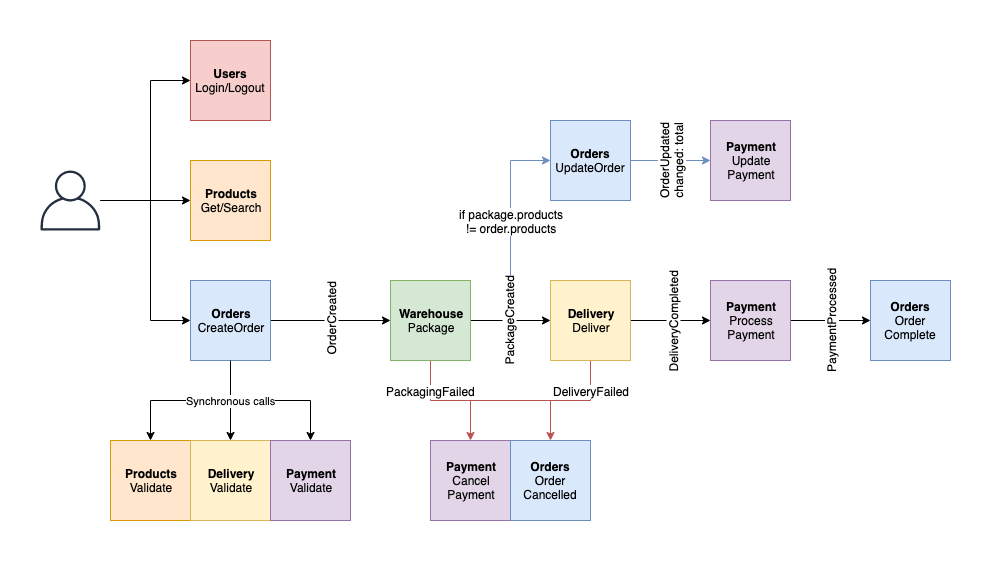
Before: docs/images/flow.png, a diagram exported from draw.io (aws-samples/aws-serverless-ecommerce-platform). Source tidied: cells renumbered, new cells last; positions are measured from the earlier drawing's top-left corner, leaving out a move shared by most shapes.
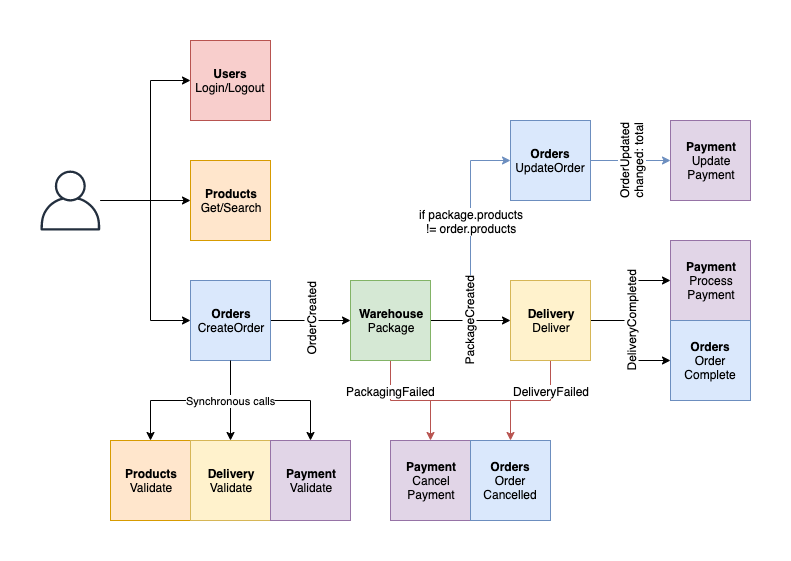
The same diagram one commit later.

Commit message:
docs: update flow diagram

What changed in the source:
```diff
@@ -2,151 +2,148 @@
   <root>
     <mxCell id="0" />
     <mxCell id="1" parent="0" />
-    <mxCell id="2" style="edgeStyle=orthogonalEdgeStyle;rounded=0;jettySize=auto;html=1;entryX=0;entryY=0.5;entryDx=0;entryDy=0;startArrow=none;startFill=0;strokeWidth=1;fillColor=#dae8fc;strokeColor=#6c8ebf;" parent="1" edge="1" source="20" target="36">
+    <mxCell id="2" style="edgeStyle=orthogonalEdgeStyle;rounded=0;jettySize=auto;html=1;entryX=0;entryY=0.5;entryDx=0;entryDy=0;" parent="1" edge="1" source="26" target="30">
       <mxGeometry relative="1" as="geometry" />
     </mxCell>
-    <mxCell id="3" value="if package.products&lt;br&gt;!= order.products" style="text;html=1;align=center;verticalAlign=middle;labelBackgroundColor=#ffffff;" parent="2" vertex="1">
-      <mxGeometry x="0.19" y="1" relative="1" as="geometry">
-        <mxPoint x="1" y="3" as="offset" />
-      </mxGeometry>
+    <mxCell id="3" style="edgeStyle=orthogonalEdgeStyle;rounded=0;jettySize=auto;html=1;entryX=0;entryY=0.5;entryDx=0;entryDy=0;startArrow=none;startFill=0;strokeWidth=1;fillColor=#dae8fc;strokeColor=#6c8ebf;" parent="1" edge="1" source="21" target="35">
+      <mxGeometry relative="1" as="geometry" />
     </mxCell>
-    <mxCell id="4" style="edgeStyle=orthogonalEdgeStyle;rounded=0;jettySize=auto;html=1;startArrow=none;startFill=0;strokeWidth=1;" parent="1" edge="1" source="8" target="20">
-      <mxGeometry relative="1" as="geometry" />
+    <mxCell id="4" value="if package.products&lt;br&gt;!= order.products" style="text;html=1;align=center;verticalAlign=middle;labelBackgroundColor=#ffffff;" parent="3" vertex="1">
+      <mxGeometry x="0.19" y="1" relative="1" as="geometry">
+        <mxPoint x="1" y="3" as="offset" />
+      </mxGeometry>
     </mxCell>
-    <mxCell id="5" value="OrderCreated" style="text;html=1;align=center;verticalAlign=middle;labelBackgroundColor=#ffffff;rotation=-90;" parent="4" vertex="1">
-      <mxGeometry y="2" relative="1" as="geometry" />
+    <mxCell id="5" style="edgeStyle=orthogonalEdgeStyle;rounded=0;jettySize=auto;html=1;startArrow=none;startFill=0;strokeWidth=1;" parent="1" edge="1" source="9" target="21">
+      <mxGeometry relative="1" as="geometry" />
     </mxCell>
-    <mxCell id="6" style="edgeStyle=orthogonalEdgeStyle;rounded=0;jettySize=auto;html=1;startArrow=none;startFill=0;strokeWidth=1;" parent="1" edge="1" source="8" target="13">
-      <mxGeometry relative="1" as="geometry" />
+    <mxCell id="6" value="OrderCreated" style="text;html=1;align=center;verticalAlign=middle;labelBackgroundColor=#ffffff;rotation=-90;" parent="5" vertex="1">
+      <mxGeometry y="2" relative="1" as="geometry" />
     </mxCell>
-    <mxCell id="7" style="edgeStyle=orthogonalEdgeStyle;rounded=0;jettySize=auto;html=1;startArrow=none;startFill=0;strokeWidth=1;" parent="1" edge="1" source="8" target="15">
+    <mxCell id="7" style="edgeStyle=orthogonalEdgeStyle;rounded=0;jettySize=auto;html=1;startArrow=none;startFill=0;strokeWidth=1;" parent="1" edge="1" source="9" target="14">
       <mxGeometry relative="1" as="geometry" />
     </mxCell>
-    <mxCell id="8" value="&lt;b&gt;Orders&lt;/b&gt;&lt;br&gt;CreateOrder" style="whiteSpace=wrap;html=1;fillColor=#dae8fc;strokeColor=#6c8ebf;" parent="1" vertex="1">
-      <mxGeometry x="150" y="240" width="80" height="80" as="geometry" />
+    <mxCell id="8" style="edgeStyle=orthogonalEdgeStyle;rounded=0;jettySize=auto;html=1;startArrow=none;startFill=0;strokeWidth=1;" parent="1" edge="1" source="9" target="16">
+      <mxGeometry relative="1" as="geometry" />
     </mxCell>
-    <mxCell id="9" style="edgeStyle=orthogonalEdgeStyle;rounded=0;jettySize=auto;html=1;startArrow=none;startFill=0;" parent="1" edge="1" source="12" target="29">
-      <mxGeometry relative="1" as="geometry">
-        <Array as="points">
-          <mxPoint x="90" y="160" />
-          <mxPoint x="90" y="160" />
-        </Array>
-      </mxGeometry>
+    <mxCell id="9" value="&lt;b&gt;Orders&lt;/b&gt;&lt;br&gt;CreateOrder" style="whiteSpace=wrap;html=1;fillColor=#dae8fc;strokeColor=#6c8ebf;" parent="1" vertex="1">
+      <mxGeometry x="150" y="240" width="80" height="80" as="geometry" />
     </mxCell>
-    <mxCell id="10" style="edgeStyle=orthogonalEdgeStyle;rounded=0;jettySize=auto;html=1;startArrow=none;startFill=0;" parent="1" edge="1" source="12" target="8">
+    <mxCell id="10" style="edgeStyle=orthogonalEdgeStyle;rounded=0;jettySize=auto;html=1;startArrow=none;startFill=0;" parent="1" edge="1" source="13" target="28">
       <mxGeometry relative="1" as="geometry">
         <Array as="points">
-          <mxPoint x="110" y="160" />
-          <mxPoint x="110" y="280" />
+          <mxPoint x="90" y="160" />
+          <mxPoint x="90" y="160" />
         </Array>
       </mxGeometry>
     </mxCell>
-    <mxCell id="11" style="edgeStyle=orthogonalEdgeStyle;rounded=0;jettySize=auto;html=1;entryX=0;entryY=0.5;entryDx=0;entryDy=0;startArrow=none;startFill=0;" parent="1" edge="1" source="12" target="30">
+    <mxCell id="11" style="edgeStyle=orthogonalEdgeStyle;rounded=0;jettySize=auto;html=1;startArrow=none;startFill=0;" parent="1" edge="1" source="13" target="9">
       <mxGeometry relative="1" as="geometry">
         <Array as="points">
           <mxPoint x="110" y="160" />
-          <mxPoint x="110" y="40" />
+          <mxPoint x="110" y="280" />
         </Array>
       </mxGeometry>
     </mxCell>
-    <mxCell id="12" style="outlineConnect=0;fontColor=#232F3E;gradientColor=none;fillColor=#232F3E;strokeColor=none;dashed=0;verticalLabelPosition=bottom;verticalAlign=top;align=center;html=1;fontSize=12;fontStyle=0;shape=mxgraph.aws4.user;" parent="1" vertex="1">
-      <mxGeometry y="130" width="60" height="60" as="geometry" />
+    <mxCell id="12" style="edgeStyle=orthogonalEdgeStyle;rounded=0;jettySize=auto;html=1;entryX=0;entryY=0.5;entryDx=0;entryDy=0;startArrow=none;startFill=0;" parent="1" edge="1" source="13" target="29">
+      <mxGeometry relative="1" as="geometry">
+        <Array as="points">
+          <mxPoint x="110" y="160" />
+          <mxPoint x="110" y="40" />
+        </Array>
+      </mxGeometry>
     </mxCell>
-    <mxCell id="13" value="&lt;b&gt;Products&lt;/b&gt;&lt;br&gt;Validate" style="whiteSpace=wrap;html=1;fillColor=#ffe6cc;strokeColor=#d79b00;" parent="1" vertex="1">
-      <mxGeometry x="70" y="400" width="80" height="80" as="geometry" />
+    <mxCell id="13" style="outlineConnect=0;fontColor=#232F3E;gradientColor=none;fillColor=#232F3E;strokeColor=none;dashed=0;verticalLabelPosition=bottom;verticalAlign=top;align=center;html=1;fontSize=12;fontStyle=0;shape=mxgraph.aws4.user;" parent="1" vertex="1">
+      <mxGeometry y="130" width="60" height="60" as="geometry" />
     </mxCell>
-    <mxCell id="14" value="&lt;b&gt;Delivery&lt;/b&gt;&lt;br&gt;Validate" style="whiteSpace=wrap;html=1;fillColor=#fff2cc;strokeColor=#d6b656;" parent="1" vertex="1">
-      <mxGeometry x="150" y="400" width="80" height="80" as="geometry" />
+    <mxCell id="14" value="&lt;b&gt;Products&lt;/b&gt;&lt;br&gt;Validate" style="whiteSpace=wrap;html=1;fillColor=#ffe6cc;strokeColor=#d79b00;" parent="1" vertex="1">
+      <mxGeometry x="70" y="400" width="80" height="80" as="geometry" />
     </mxCell>
-    <mxCell id="15" value="&lt;b&gt;Payment&lt;/b&gt;&lt;br&gt;Validate" style="whiteSpace=wrap;html=1;fillColor=#e1d5e7;strokeColor=#9673a6;" parent="1" vertex="1">
-      <mxGeometry x="230" y="400" width="80" height="80" as="geometry" />
+    <mxCell id="15" value="&lt;b&gt;Delivery&lt;/b&gt;&lt;br&gt;Validate" style="whiteSpace=wrap;html=1;fillColor=#fff2cc;strokeColor=#d6b656;" parent="1" vertex="1">
+      <mxGeometry x="150" y="400" width="80" height="80" as="geometry" />
     </mxCell>
-    <mxCell id="16" style="edgeStyle=orthogonalEdgeStyle;rounded=0;jettySize=auto;html=1;startArrow=none;startFill=0;strokeWidth=1;" parent="1" edge="1" source="20" target="25">
-      <mxGeometry relative="1" as="geometry" />
+    <mxCell id="16" value="&lt;b&gt;Payment&lt;/b&gt;&lt;br&gt;Validate" style="whiteSpace=wrap;html=1;fillColor=#e1d5e7;strokeColor=#9673a6;" parent="1" vertex="1">
+      <mxGeometry x="230" y="400" width="80" height="80" as="geometry" />
     </mxCell>
-    <mxCell id="17" value="PackageCreated" style="text;html=1;align=center;verticalAlign=middle;labelBackgroundColor=#ffffff;rotation=-90;" parent="16" vertex="1">
-      <mxGeometry x="-0.05" y="1" relative="1" as="geometry">
-        <mxPoint y="1" as="offset" />
-      </mxGeometry>
+    <mxCell id="17" style="edgeStyle=orthogonalEdgeStyle;rounded=0;jettySize=auto;html=1;startArrow=none;startFill=0;strokeWidth=1;" parent="1" edge="1" source="21" target="26">
+      <mxGeometry relative="1" as="geometry" />
     </mxCell>
-    <mxCell id="18" style="edgeStyle=orthogonalEdgeStyle;rounded=0;jettySize=auto;html=1;fillColor=#f8cecc;strokeColor=#b85450;exitX=0.5;exitY=1;exitDx=0;exitDy=0;entryX=0.5;entryY=0;entryDx=0;entryDy=0;" parent="1" edge="1" source="20" target="33">
-      <mxGeometry relative="1" as="geometry">
-        <Array as="points">
-          <mxPoint x="390" y="360" />
-          <mxPoint x="510" y="360" />
-        </Array>
+    <mxCell id="18" value="PackageCreated" style="text;html=1;align=center;verticalAlign=middle;labelBackgroundColor=#ffffff;rotation=-90;" parent="17" vertex="1">
+      <mxGeometry x="-0.05" y="1" relative="1" as="geometry">
+        <mxPoint y="1" as="offset" />
       </mxGeometry>
     </mxCell>
-    <mxCell id="19" value="&lt;font style=&quot;font-size: 12px&quot;&gt;PackagingFailed&lt;/font&gt;" style="text;html=1;align=center;verticalAlign=middle;labelBackgroundColor=#ffffff;" parent="18" vertex="1">
-      <mxGeometry x="-0.69" y="2" relative="1" as="geometry">
-        <mxPoint x="-2" y="-1" as="offset" />
+    <mxCell id="19" style="edgeStyle=orthogonalEdgeStyle;rounded=0;jettySize=auto;html=1;fillColor=#f8cecc;strokeColor=#b85450;exitX=0.5;exitY=1;exitDx=0;exitDy=0;entryX=0.5;entryY=0;entryDx=0;entryDy=0;" parent="1" edge="1" source="21" target="32">
+      <mxGeometry relative="1" as="geometry">
+        <Array as="points">
+          <mxPoint x="350" y="360" />
+          <mxPoint x="470" y="360" />
+        </Array>
       </mxGeometry>
     </mxCell>
-    <mxCell id="20" value="&lt;b&gt;Warehouse&lt;/b&gt;&lt;br&gt;Package" style="whiteSpace=wrap;html=1;fillColor=#d5e8d4;strokeColor=#82b366;" parent="1" vertex="1">
-      <mxGeometry x="350" y="240" width="80" height="80" as="geometry" />
+    <mxCell id="20" value="&lt;font style=&quot;font-size: 12px&quot;&gt;PackagingFailed&lt;/font&gt;" style="text;html=1;align=center;verticalAlign=middle;points=[];labelBackgroundColor=#ffffff;" parent="19" vertex="1">
+      <mxGeometry x="-0.69" y="2" relative="1" as="geometry">
+        <mxPoint x="-2" y="-1" as="offset" />
+      </mxGeometry>
     </mxCell>
-    <mxCell id="21" style="edgeStyle=orthogonalEdgeStyle;rounded=0;jettySize=auto;html=1;startArrow=none;startFill=0;strokeWidth=1;" parent="1" edge="1" source="25" target="28">
-      <mxGeometry relative="1" as="geometry" />
+    <mxCell id="21" value="&lt;b&gt;Warehouse&lt;/b&gt;&lt;br&gt;Package" style="whiteSpace=wrap;html=1;fillColor=#d5e8d4;strokeColor=#82b366;" parent="1" vertex="1">
+      <mxGeometry x="310" y="240" width="80" height="80" as="geometry" />
     </mxCell>
-    <mxCell id="22" value="DeliveryCompleted" style="text;html=1;align=center;verticalAlign=middle;labelBackgroundColor=#ffffff;rotation=270;" parent="21" vertex="1">
-      <mxGeometry x="0.05" y="-1" relative="1" as="geometry" />
+    <mxCell id="22" style="edgeStyle=orthogonalEdgeStyle;rounded=0;jettySize=auto;html=1;startArrow=none;startFill=0;strokeWidth=1;" parent="1" edge="1" source="26" target="27">
+      <mxGeometry relative="1" as="geometry" />
     </mxCell>
-    <mxCell id="23" style="edgeStyle=orthogonalEdgeStyle;rounded=0;jettySize=auto;html=1;startArrow=none;startFill=0;strokeWidth=1;fillColor=#f8cecc;strokeColor=#b85450;exitX=0.5;exitY=1;exitDx=0;exitDy=0;" parent="1" edge="1" source="25" target="32">
-      <mxGeometry relative="1" as="geometry">
-        <Array as="points">
-          <mxPoint x="550" y="360" />
-          <mxPoint x="430" y="360" />
-        </Array>
+    <mxCell id="23" value="DeliveryCompleted" style="text;html=1;align=center;verticalAlign=middle;labelBackgroundColor=#ffffff;rotation=270;" parent="22" vertex="1">
+      <mxGeometry x="0.05" y="-1" relative="1" as="geometry">
+        <mxPoint x="-1" y="23" as="offset" />
       </mxGeometry>
     </mxCell>
-    <mxCell id="24" value="DeliveryFailed" style="text;html=1;align=center;verticalAlign=middle;labelBackgroundColor=#ffffff;" parent="23" vertex="1">
-      <mxGeometry x="-0.35" relative="1" as="geometry">
-        <mxPoint x="25" y="-10" as="offset" />
+    <mxCell id="24" style="edgeStyle=orthogonalEdgeStyle;rounded=0;jettySize=auto;html=1;startArrow=none;startFill=0;strokeWidth=1;fillColor=#f8cecc;strokeColor=#b85450;exitX=0.5;exitY=1;exitDx=0;exitDy=0;" parent="1" edge="1" source="26" target="31">
+      <mxGeometry relative="1" as="geometry">
+        <Array as="points">
+          <mxPoint x="510" y="360" />
+          <mxPoint x="390" y="360" />
+        </Array>
       </mxGeometry>
     </mxCell>
-    <mxCell id="25" value="&lt;b&gt;Delivery&lt;/b&gt;&lt;br&gt;Deliver" style="whiteSpace=wrap;html=1;fillColor=#fff2cc;strokeColor=#d6b656;" parent="1" vertex="1">
-      <mxGeometry x="510" y="240" width="80" height="80" as="geometry" />
+    <mxCell id="25" value="DeliveryFailed" style="text;html=1;align=center;verticalAlign=middle;points=[];labelBackgroundColor=#ffffff;" parent="24" vertex="1">
+      <mxGeometry x="-0.35" relative="1" as="geometry">
+        <mxPoint x="25" y="-10" as="offset" />
+      </mxGeometry>
     </mxCell>
-    <mxCell id="26" style="edgeStyle=orthogonalEdgeStyle;rounded=0;jettySize=auto;html=1;startArrow=none;startFill=0;strokeWidth=1;" parent="1" edge="1" source="28" target="31">
-      <mxGeometry relative="1" as="geometry" />
+    <mxCell id="26" value="&lt;b&gt;Delivery&lt;/b&gt;&lt;br&gt;Deliver" style="whiteSpace=wrap;html=1;fillColor=#fff2cc;strokeColor=#d6b656;" parent="1" vertex="1">
+      <mxGeometry x="470" y="240" width="80" height="80" as="geometry" />
     </mxCell>
-    <mxCell id="27" value="PaymentProcessed" style="text;html=1;align=center;verticalAlign=middle;points=[];labelBackgroundColor=#ffffff;rotation=270;" parent="26" vertex="1">
-      <mxGeometry x="-0.1" y="-1" relative="1" as="geometry">
-        <mxPoint x="4" y="-1" as="offset" />
-      </mxGeometry>
+    <mxCell id="27" value="&lt;b&gt;Payment&lt;/b&gt;&lt;br&gt;Process&lt;br&gt;Payment" style="whiteSpace=wrap;html=1;fillColor=#e1d5e7;strokeColor=#9673a6;" parent="1" vertex="1">
+      <mxGeometry x="630" y="200" width="80" height="80" as="geometry" />
     </mxCell>
-    <mxCell id="28" value="&lt;b&gt;Payment&lt;/b&gt;&lt;br&gt;Process&lt;br&gt;Payment" style="whiteSpace=wrap;html=1;fillColor=#e1d5e7;strokeColor=#9673a6;" parent="1" vertex="1">
-      <mxGeometry x="670" y="240" width="80" height="80" as="geometry" />
+    <mxCell id="28" value="&lt;b&gt;Products&lt;/b&gt;&lt;br&gt;Get/Search" style="whiteSpace=wrap;html=1;fillColor=#ffe6cc;strokeColor=#d79b00;" parent="1" vertex="1">
+      <mxGeometry x="150" y="120" width="80" height="80" as="geometry" />
     </mxCell>
-    <mxCell id="29" value="&lt;b&gt;Products&lt;/b&gt;&lt;br&gt;Get/Search" style="whiteSpace=wrap;html=1;fillColor=#ffe6cc;strokeColor=#d79b00;" parent="1" vertex="1">
-      <mxGeometry x="150" y="120" width="80" height="80" as="geometry" />
+    <mxCell id="29" value="&lt;b&gt;Users&lt;/b&gt;&lt;br&gt;Login/Logout" style="whiteSpace=wrap;html=1;fillColor=#f8cecc;strokeColor=#b85450;" parent="1" vertex="1">
+      <mxGeometry x="150" width="80" height="80" as="geometry" />
     </mxCell>
-    <mxCell id="30" value="&lt;b&gt;Users&lt;/b&gt;&lt;br&gt;Login/Logout" style="whiteSpace=wrap;html=1;fillColor=#f8cecc;strokeColor=#b85450;" parent="1" vertex="1">
-      <mxGeometry x="150" width="80" height="80" as="geometry" />
+    <mxCell id="30" value="&lt;b&gt;Orders&lt;/b&gt;&lt;br&gt;Order&lt;br&gt;Complete" style="whiteSpace=wrap;html=1;fillColor=#dae8fc;strokeColor=#6c8ebf;" parent="1" vertex="1">
+      <mxGeometry x="630" y="280" width="80" height="80" as="geometry" />
     </mxCell>
-    <mxCell id="31" value="&lt;b&gt;Orders&lt;/b&gt;&lt;br&gt;Order&lt;br&gt;Complete" style="whiteSpace=wrap;html=1;fillColor=#dae8fc;strokeColor=#6c8ebf;" parent="1" vertex="1">
-      <mxGeometry x="830" y="240" width="80" height="80" as="geometry" />
+    <mxCell id="31" value="&lt;b&gt;Payment&lt;/b&gt;&lt;br&gt;Cancel&lt;br&gt;Payment" style="whiteSpace=wrap;html=1;fillColor=#e1d5e7;strokeColor=#9673a6;" parent="1" vertex="1">
+      <mxGeometry x="350" y="400" width="80" height="80" as="geometry" />
     </mxCell>
-    <mxCell id="32" value="&lt;b&gt;Payment&lt;/b&gt;&lt;br&gt;Cancel&lt;br&gt;Payment" style="whiteSpace=wrap;html=1;fillColor=#e1d5e7;strokeColor=#9673a6;" parent="1" vertex="1">
-      <mxGeometry x="390" y="400" width="80" height="80" as="geometry" />
+    <mxCell id="32" value="&lt;b&gt;Orders&lt;/b&gt;&lt;br&gt;Order&lt;br&gt;Cancelled" style="whiteSpace=wrap;html=1;fillColor=#dae8fc;strokeColor=#6c8ebf;" parent="1" vertex="1">
+      <mxGeometry x="430" y="400" width="80" height="80" as="geometry" />
     </mxCell>
-    <mxCell id="33" value="&lt;b&gt;Orders&lt;/b&gt;&lt;br&gt;Order&lt;br&gt;Cancelled" style="whiteSpace=wrap;html=1;fillColor=#dae8fc;strokeColor=#6c8ebf;" parent="1" vertex="1">
-      <mxGeometry x="470" y="400" width="80" height="80" as="geometry" />
+    <mxCell id="33" value="Synchronous calls" style="edgeStyle=orthogonalEdgeStyle;rounded=0;jettySize=auto;html=1;startArrow=none;startFill=0;strokeWidth=1;" parent="1" edge="1" source="9" target="15">
+      <mxGeometry relative="1" as="geometry" />
     </mxCell>
-    <mxCell id="34" value="Synchronous calls" style="edgeStyle=orthogonalEdgeStyle;rounded=0;jettySize=auto;html=1;startArrow=none;startFill=0;strokeWidth=1;" parent="1" edge="1" source="8" target="14">
+    <mxCell id="34" style="edgeStyle=orthogonalEdgeStyle;rounded=0;jettySize=auto;html=1;startArrow=none;startFill=0;strokeWidth=1;fillColor=#dae8fc;strokeColor=#6c8ebf;" parent="1" edge="1" source="35" target="36">
       <mxGeometry relative="1" as="geometry" />
     </mxCell>
-    <mxCell id="35" style="edgeStyle=orthogonalEdgeStyle;rounded=0;jettySize=auto;html=1;startArrow=none;startFill=0;strokeWidth=1;fillColor=#dae8fc;strokeColor=#6c8ebf;" parent="1" edge="1" source="36" target="37">
-      <mxGeometry relative="1" as="geometry" />
+    <mxCell id="35" value="&lt;b&gt;Orders&lt;/b&gt;&lt;br&gt;UpdateOrder" style="whiteSpace=wrap;html=1;fillColor=#dae8fc;strokeColor=#6c8ebf;" parent="1" vertex="1">
+      <mxGeometry x="470" y="80" width="80" height="80" as="geometry" />
     </mxCell>
-    <mxCell id="36" value="&lt;b&gt;Orders&lt;/b&gt;&lt;br&gt;UpdateOrder" style="whiteSpace=wrap;html=1;fillColor=#dae8fc;strokeColor=#6c8ebf;" parent="1" vertex="1">
-      <mxGeometry x="510" y="80" width="80" height="80" as="geometry" />
+    <mxCell id="36" value="&lt;b&gt;Payment&lt;/b&gt;&lt;br&gt;Update&lt;br&gt;Payment" style="whiteSpace=wrap;html=1;fillColor=#e1d5e7;strokeColor=#9673a6;" parent="1" vertex="1">
+      <mxGeometry x="630" y="80" width="80" height="80" as="geometry" />
     </mxCell>
-    <mxCell id="37" value="&lt;b&gt;Payment&lt;/b&gt;&lt;br&gt;Update&lt;br&gt;Payment" style="whiteSpace=wrap;html=1;fillColor=#e1d5e7;strokeColor=#9673a6;" parent="1" vertex="1">
-      <mxGeometry x="670" y="80" width="80" height="80" as="geometry" />
+    <mxCell id="37" value="OrderUpdated&lt;br&gt;changed: total" style="text;html=1;align=center;verticalAlign=middle;points=[];labelBackgroundColor=#ffffff;rotation=270;" parent="1" vertex="1">
+      <mxGeometry x="590" y="120" as="geometry" />
     </mxCell>
-    <mxCell id="38" value="OrderUpdated&lt;br&gt;changed: total" style="text;html=1;align=center;verticalAlign=middle;labelBackgroundColor=#ffffff;rotation=270;" parent="1" vertex="1">
-      <mxGeometry x="630" y="120" as="geometry" />
-    </mxCell>
   </root>
 </mxGraphModel>
```
